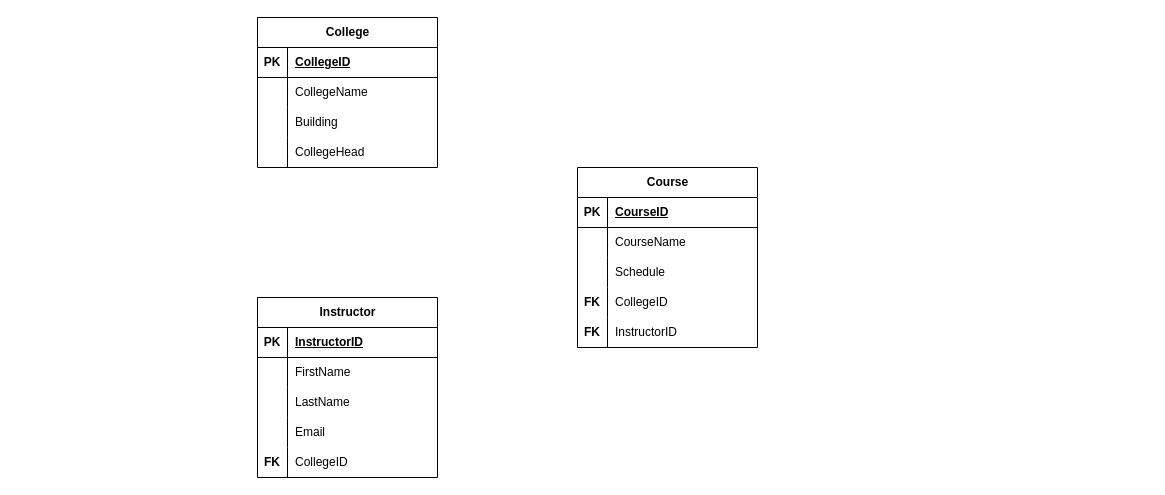
RexKvntt/2nd-Year-Projects keeps this draw.io diagram as advdb.drawio. Above is the earlier version. Source tidied: cells renumbered, new cells numbered last; positions are measured from the earlier drawing's top-left corner, leaving out a move shared by most shapes. Both pictures are drawn from the tidied source at 100%, with x=0, y=0 at pixel (257, 17).
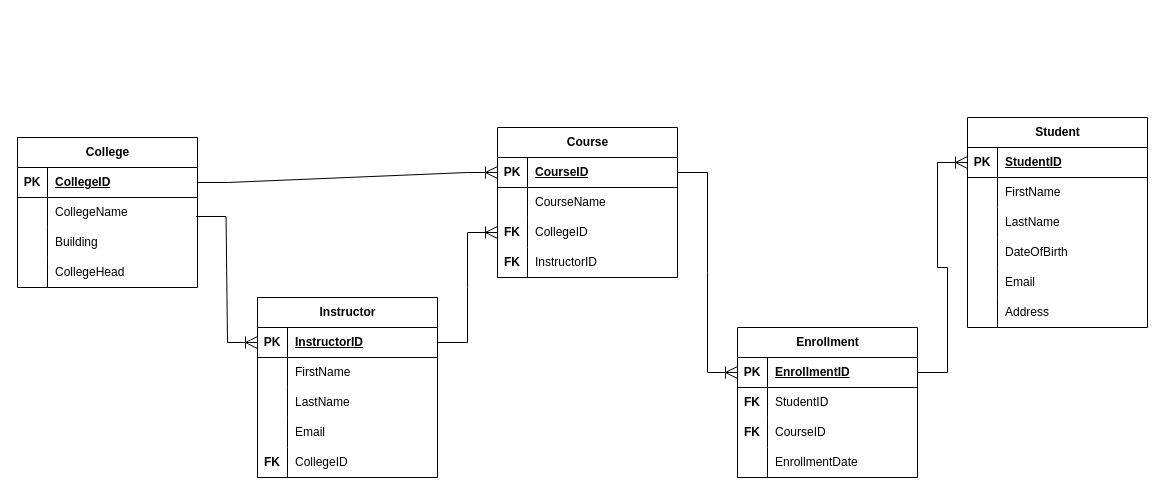
Above is the later version.

Unchanged cells that the change refers to:
```xml
<mxCell id="3" style="shape=tableRow;horizontal=0;startSize=0;swimlaneHead=0;swimlaneBody=0;fillColor=none;points=[[0,0.5],[1,0.5]];portConstraint=eastwest;top=0;left=0;right=0;bottom=1;" parent="2" vertex="1">
  <mxGeometry y="30" width="180" height="30" as="geometry" />
</mxCell>
<mxCell id="6" style="shape=tableRow;horizontal=0;startSize=0;swimlaneHead=0;swimlaneBody=0;fillColor=none;points=[[0,0.5],[1,0.5]];portConstraint=eastwest;top=0;left=0;right=0;bottom=0;" parent="2" vertex="1">
  <mxGeometry y="60" width="180" height="30" as="geometry" />
</mxCell>
<mxCell id="16" style="shape=tableRow;horizontal=0;startSize=0;swimlaneHead=0;swimlaneBody=0;fillColor=none;points=[[0,0.5],[1,0.5]];portConstraint=eastwest;top=0;left=0;right=0;bottom=1;" parent="15" vertex="1">
  <mxGeometry y="30" width="180" height="30" as="geometry" />
</mxCell>
<mxCell id="32" style="shape=tableRow;horizontal=0;startSize=0;swimlaneHead=0;swimlaneBody=0;fillColor=none;points=[[0,0.5],[1,0.5]];portConstraint=eastwest;top=0;left=0;right=0;bottom=1;" parent="31" vertex="1">
  <mxGeometry y="30" width="180" height="30" as="geometry" />
</mxCell>
```

The edit, as a diff of the source:
```diff
@@
     <mxCell id="2" value="College" style="shape=table;startSize=30;childLayout=tableLayout;rowLines=0;fontStyle=1;align=center;html=1;" parent="1" vertex="1">
-      <mxGeometry width="180" height="150" as="geometry" />
+      <mxGeometry x="-240" y="120" width="180" height="150" as="geometry" />
     </mxCell>
@@
     <mxCell id="31" value="Course" style="shape=table;startSize=30;childLayout=tableLayout;rowLines=0;fontStyle=1;align=center;html=1;" parent="1" vertex="1">
-      <mxGeometry x="320" y="150" width="180" height="180" as="geometry" />
+      <mxGeometry x="240" y="110" width="180" height="150" as="geometry" />
     </mxCell>
@@
-    <mxCell id="38" style="shape=tableRow;horizontal=0;startSize=0;swimlaneHead=0;swimlaneBody=0;fillColor=none;top=0;left=0;right=0;bottom=0;" parent="31" vertex="1">
-      <mxGeometry y="90" width="180" height="30" as="geometry" />
-    </mxCell>
-    <mxCell id="39" style="shape=partialRectangle;fillColor=none;top=0;left=0;bottom=0;right=0;overflow=hidden;whiteSpace=wrap;html=1;" parent="38" vertex="1">
-      <mxGeometry width="30" height="30" as="geometry" />
-    </mxCell>
-    <mxCell id="40" value="Schedule" style="shape=partialRectangle;fillColor=none;top=0;left=0;bottom=0;right=0;align=left;spacingLeft=6;overflow=hidden;whiteSpace=wrap;html=1;" parent="38" vertex="1">
-      <mxGeometry x="30" width="150" height="30" as="geometry" />
-    </mxCell>
     <mxCell id="41" style="shape=tableRow;horizontal=0;startSize=0;swimlaneHead=0;swimlaneBody=0;fillColor=none;top=0;left=0;right=0;bottom=0;" parent="31" vertex="1">
-      <mxGeometry y="120" width="180" height="30" as="geometry" />
+      <mxGeometry y="90" width="180" height="30" as="geometry" />
     </mxCell>
@@
     <mxCell id="44" style="shape=tableRow;horizontal=0;startSize=0;swimlaneHead=0;swimlaneBody=0;fillColor=none;top=0;left=0;right=0;bottom=0;" parent="31" vertex="1">
-      <mxGeometry y="150" width="180" height="30" as="geometry" />
+      <mxGeometry y="120" width="180" height="30" as="geometry" />
     </mxCell>
@@
+    <mxCell id="47" value="Enrollment" style="shape=table;startSize=30;childLayout=tableLayout;rowLines=0;fontStyle=1;align=center;html=1;" parent="1" vertex="1">
+      <mxGeometry x="480" y="310" width="180" height="150" as="geometry" />
+    </mxCell>
+    <mxCell id="48" style="shape=tableRow;horizontal=0;startSize=0;swimlaneHead=0;swimlaneBody=0;fillColor=none;points=[[0,0.5],[1,0.5]];portConstraint=eastwest;top=0;left=0;right=0;bottom=1;" parent="47" vertex="1">
+      <mxGeometry y="30" width="180" height="30" as="geometry" />
+    </mxCell>
+    <mxCell id="49" value="PK" style="shape=partialRectangle;fillColor=none;top=0;left=0;bottom=0;right=0;fontStyle=1;overflow=hidden;whiteSpace=wrap;html=1;" parent="48" vertex="1">
+      <mxGeometry width="30" height="30" as="geometry" />
+    </mxCell>
+    <mxCell id="50" value="EnrollmentID" style="shape=partialRectangle;fillColor=none;top=0;left=0;bottom=0;right=0;align=left;spacingLeft=6;fontStyle=5;overflow=hidden;whiteSpace=wrap;html=1;" parent="48" vertex="1">
+      <mxGeometry x="30" width="150" height="30" as="geometry" />
+    </mxCell>
+    <mxCell id="51" style="shape=tableRow;horizontal=0;startSize=0;swimlaneHead=0;swimlaneBody=0;fillColor=none;top=0;left=0;right=0;bottom=0;" parent="47" vertex="1">
+      <mxGeometry y="60" width="180" height="30" as="geometry" />
+    </mxCell>
+    <mxCell id="52" value="&lt;b&gt;FK&lt;/b&gt;" style="shape=partialRectangle;fillColor=none;top=0;left=0;bottom=0;right=0;overflow=hidden;whiteSpace=wrap;html=1;" parent="51" vertex="1">
+      <mxGeometry width="30" height="30" as="geometry" />
+    </mxCell>
+    <mxCell id="53" value="StudentID" style="shape=partialRectangle;fillColor=none;top=0;left=0;bottom=0;right=0;align=left;spacingLeft=6;overflow=hidden;whiteSpace=wrap;html=1;" parent="51" vertex="1">
+      <mxGeometry x="30" width="150" height="30" as="geometry" />
+    </mxCell>
+    <mxCell id="54" style="shape=tableRow;horizontal=0;startSize=0;swimlaneHead=0;swimlaneBody=0;fillColor=none;top=0;left=0;right=0;bottom=0;" parent="47" vertex="1">
+      <mxGeometry y="90" width="180" height="30" as="geometry" />
+    </mxCell>
+    <mxCell id="55" value="&lt;b&gt;FK&lt;/b&gt;" style="shape=partialRectangle;fillColor=none;top=0;left=0;bottom=0;right=0;overflow=hidden;whiteSpace=wrap;html=1;" parent="54" vertex="1">
+      <mxGeometry width="30" height="30" as="geometry" />
+    </mxCell>
+    <mxCell id="56" value="CourseID" style="shape=partialRectangle;fillColor=none;top=0;left=0;bottom=0;right=0;align=left;spacingLeft=6;overflow=hidden;whiteSpace=wrap;html=1;" parent="54" vertex="1">
+      <mxGeometry x="30" width="150" height="30" as="geometry" />
+    </mxCell>
+    <mxCell id="57" style="shape=tableRow;horizontal=0;startSize=0;swimlaneHead=0;swimlaneBody=0;fillColor=none;top=0;left=0;right=0;bottom=0;" parent="47" vertex="1">
+      <mxGeometry y="120" width="180" height="30" as="geometry" />
+    </mxCell>
+    <mxCell id="58" style="shape=partialRectangle;fillColor=none;top=0;left=0;bottom=0;right=0;overflow=hidden;whiteSpace=wrap;html=1;" parent="57" vertex="1">
+      <mxGeometry width="30" height="30" as="geometry" />
+    </mxCell>
+    <mxCell id="59" value="EnrollmentDate" style="shape=partialRectangle;fillColor=none;top=0;left=0;bottom=0;right=0;align=left;spacingLeft=6;overflow=hidden;whiteSpace=wrap;html=1;" parent="57" vertex="1">
+      <mxGeometry x="30" width="150" height="30" as="geometry" />
+    </mxCell>
+    <mxCell id="60" value="Student" style="shape=table;startSize=30;childLayout=tableLayout;rowLines=0;fontStyle=1;align=center;html=1;" parent="1" vertex="1">
+      <mxGeometry x="710" y="100" width="180" height="210" as="geometry" />
+    </mxCell>
+    <mxCell id="61" style="shape=tableRow;horizontal=0;startSize=0;swimlaneHead=0;swimlaneBody=0;fillColor=none;points=[[0,0.5],[1,0.5]];portConstraint=eastwest;top=0;left=0;right=0;bottom=1;" parent="60" vertex="1">
+      <mxGeometry y="30" width="180" height="30" as="geometry" />
+    </mxCell>
+    <mxCell id="62" value="PK" style="shape=partialRectangle;fillColor=none;top=0;left=0;bottom=0;right=0;fontStyle=1;overflow=hidden;whiteSpace=wrap;html=1;" parent="61" vertex="1">
+      <mxGeometry width="30" height="30" as="geometry" />
+    </mxCell>
+    <mxCell id="63" value="StudentID" style="shape=partialRectangle;fillColor=none;top=0;left=0;bottom=0;right=0;align=left;spacingLeft=6;fontStyle=5;overflow=hidden;whiteSpace=wrap;html=1;" parent="61" vertex="1">
+      <mxGeometry x="30" width="150" height="30" as="geometry" />
+    </mxCell>
+    <mxCell id="64" style="shape=tableRow;horizontal=0;startSize=0;swimlaneHead=0;swimlaneBody=0;fillColor=none;top=0;left=0;right=0;bottom=0;" parent="60" vertex="1">
+      <mxGeometry y="60" width="180" height="30" as="geometry" />
+    </mxCell>
+    <mxCell id="65" style="shape=partialRectangle;fillColor=none;top=0;left=0;bottom=0;right=0;overflow=hidden;whiteSpace=wrap;html=1;" parent="64" vertex="1">
+      <mxGeometry width="30" height="30" as="geometry" />
+    </mxCell>
+    <mxCell id="66" value="FirstName" style="shape=partialRectangle;fillColor=none;top=0;left=0;bottom=0;right=0;align=left;spacingLeft=6;overflow=hidden;whiteSpace=wrap;html=1;" parent="64" vertex="1">
+      <mxGeometry x="30" width="150" height="30" as="geometry" />
+    </mxCell>
+    <mxCell id="67" style="shape=tableRow;horizontal=0;startSize=0;swimlaneHead=0;swimlaneBody=0;fillColor=none;top=0;left=0;right=0;bottom=0;" parent="60" vertex="1">
+      <mxGeometry y="90" width="180" height="30" as="geometry" />
+    </mxCell>
+    <mxCell id="68" style="shape=partialRectangle;fillColor=none;top=0;left=0;bottom=0;right=0;overflow=hidden;whiteSpace=wrap;html=1;" parent="67" vertex="1">
+      <mxGeometry width="30" height="30" as="geometry" />
+    </mxCell>
+    <mxCell id="69" value="LastName" style="shape=partialRectangle;fillColor=none;top=0;left=0;bottom=0;right=0;align=left;spacingLeft=6;overflow=hidden;whiteSpace=wrap;html=1;" parent="67" vertex="1">
+      <mxGeometry x="30" width="150" height="30" as="geometry" />
+    </mxCell>
+    <mxCell id="70" style="shape=tableRow;horizontal=0;startSize=0;swimlaneHead=0;swimlaneBody=0;fillColor=none;top=0;left=0;right=0;bottom=0;" parent="60" vertex="1">
+      <mxGeometry y="120" width="180" height="30" as="geometry" />
+    </mxCell>
+    <mxCell id="71" style="shape=partialRectangle;fillColor=none;top=0;left=0;bottom=0;right=0;overflow=hidden;whiteSpace=wrap;html=1;" parent="70" vertex="1">
+      <mxGeometry width="30" height="30" as="geometry" />
+    </mxCell>
+    <mxCell id="72" value="DateOfBirth" style="shape=partialRectangle;fillColor=none;top=0;left=0;bottom=0;right=0;align=left;spacingLeft=6;overflow=hidden;whiteSpace=wrap;html=1;" parent="70" vertex="1">
+      <mxGeometry x="30" width="150" height="30" as="geometry" />
+    </mxCell>
+    <mxCell id="73" style="shape=tableRow;horizontal=0;startSize=0;swimlaneHead=0;swimlaneBody=0;fillColor=none;top=0;left=0;right=0;bottom=0;" parent="60" vertex="1">
+      <mxGeometry y="150" width="180" height="30" as="geometry" />
+    </mxCell>
+    <mxCell id="74" style="shape=partialRectangle;fillColor=none;top=0;left=0;bottom=0;right=0;overflow=hidden;whiteSpace=wrap;html=1;" parent="73" vertex="1">
+      <mxGeometry width="30" height="30" as="geometry" />
+    </mxCell>
+    <mxCell id="75" value="Email" style="shape=partialRectangle;fillColor=none;top=0;left=0;bottom=0;right=0;align=left;spacingLeft=6;overflow=hidden;whiteSpace=wrap;html=1;" parent="73" vertex="1">
+      <mxGeometry x="30" width="150" height="30" as="geometry" />
+    </mxCell>
+    <mxCell id="76" style="shape=tableRow;horizontal=0;startSize=0;swimlaneHead=0;swimlaneBody=0;fillColor=none;top=0;left=0;right=0;bottom=0;" parent="60" vertex="1">
+      <mxGeometry y="180" width="180" height="30" as="geometry" />
+    </mxCell>
+    <mxCell id="77" style="shape=partialRectangle;fillColor=none;top=0;left=0;bottom=0;right=0;overflow=hidden;whiteSpace=wrap;html=1;" parent="76" vertex="1">
+      <mxGeometry width="30" height="30" as="geometry" />
+    </mxCell>
+    <mxCell id="78" value="Address" style="shape=partialRectangle;fillColor=none;top=0;left=0;bottom=0;right=0;align=left;spacingLeft=6;overflow=hidden;whiteSpace=wrap;html=1;" parent="76" vertex="1">
+      <mxGeometry x="30" width="150" height="30" as="geometry" />
+    </mxCell>
+    <mxCell id="79" style="edgeStyle=entityRelationEdgeStyle;fontSize=12;html=1;endArrow=ERoneToMany;rounded=0;entryX=0;entryY=0.5;entryDx=0;entryDy=0;exitX=0.992;exitY=0.633;exitDx=0;exitDy=0;startSize=10;endSize=10;exitPerimeter=0;" parent="1" edge="1" source="6" target="16">
+      <mxGeometry relative="1" as="geometry" />
+    </mxCell>
+    <mxCell id="80" style="edgeStyle=entityRelationEdgeStyle;fontSize=12;html=1;endArrow=ERoneToMany;rounded=0;entryX=0;entryY=0.5;entryDx=0;entryDy=0;exitX=1;exitY=0.5;exitDx=0;exitDy=0;startSize=10;endSize=10;" parent="1" edge="1" source="16">
+      <mxGeometry relative="1" as="geometry">
+        <mxPoint x="240" y="215" as="targetPoint" />
+      </mxGeometry>
+    </mxCell>
+    <mxCell id="81" style="edgeStyle=entityRelationEdgeStyle;fontSize=12;html=1;endArrow=ERoneToMany;rounded=0;exitX=1;exitY=0.5;exitDx=0;exitDy=0;startSize=10;endSize=10;entryX=0;entryY=0.5;entryDx=0;entryDy=0;" parent="1" edge="1" source="3" target="32">
+      <mxGeometry relative="1" as="geometry" />
+    </mxCell>
+    <mxCell id="82" style="edgeStyle=entityRelationEdgeStyle;fontSize=12;html=1;endArrow=ERoneToMany;rounded=0;entryX=0;entryY=0.5;entryDx=0;entryDy=0;startSize=10;endSize=10;exitX=1;exitY=0.5;exitDx=0;exitDy=0;" parent="1" edge="1" source="32" target="48">
+      <mxGeometry relative="1" as="geometry" />
+    </mxCell>
+    <mxCell id="83" style="edgeStyle=entityRelationEdgeStyle;fontSize=12;html=1;endArrow=ERoneToMany;rounded=0;entryX=0;entryY=0.5;entryDx=0;entryDy=0;exitX=1;exitY=0.5;exitDx=0;exitDy=0;startSize=10;endSize=10;" parent="1" edge="1" source="48" target="61">
+      <mxGeometry relative="1" as="geometry" />
+    </mxCell>
```
